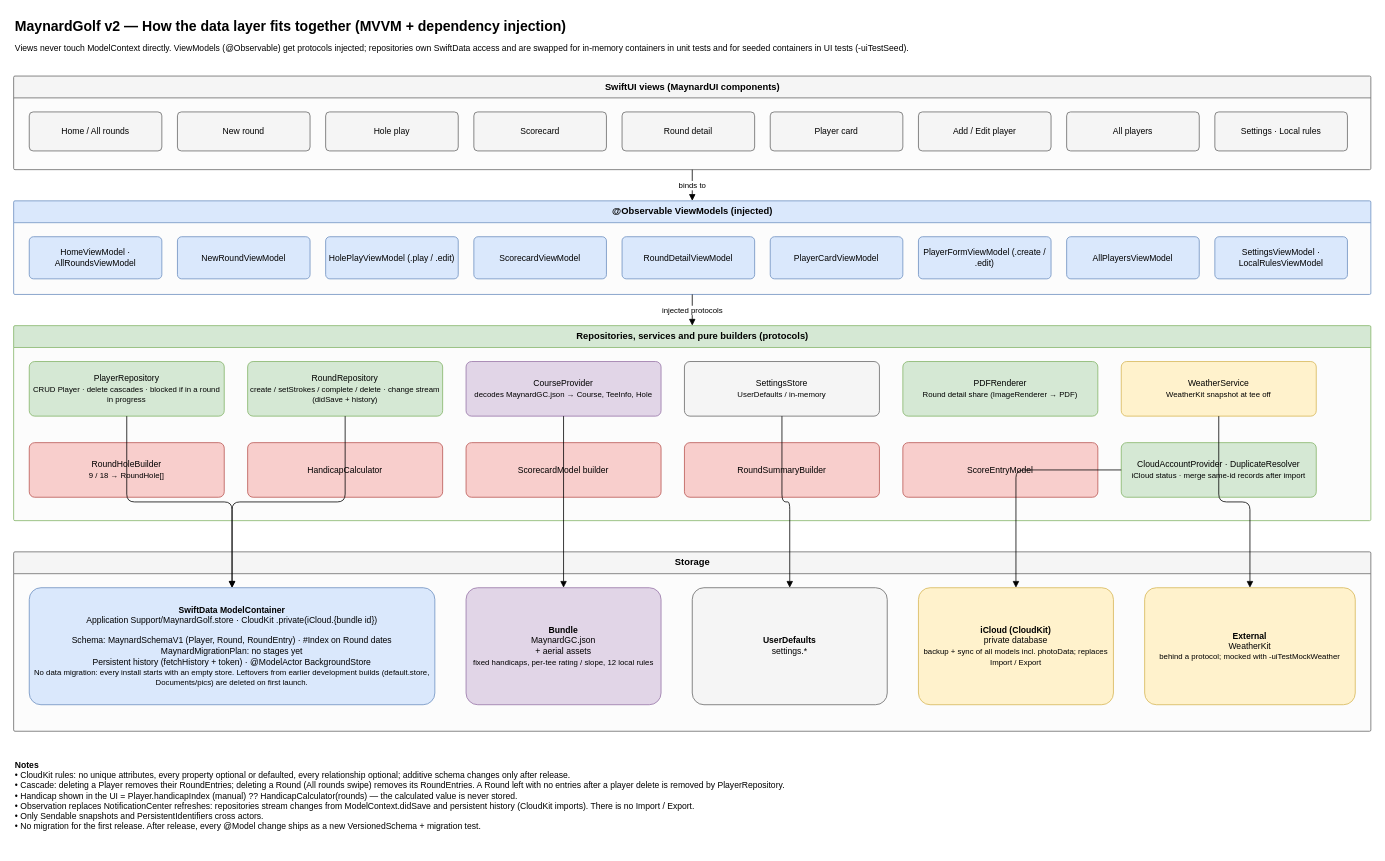
The draw.io diagram page "How it fits (layers)" (2 of 2) of docs/data-model.drawio in tassinari/MaynardGolf, before the edit. Source tidied: cells renumbered, new cells numbered last; positions are measured from the earlier drawing's top-left corner, leaving out a move shared by most shapes. Both pictures are drawn from the tidied source at 78%, with x=0, y=0 at pixel (13, 13).
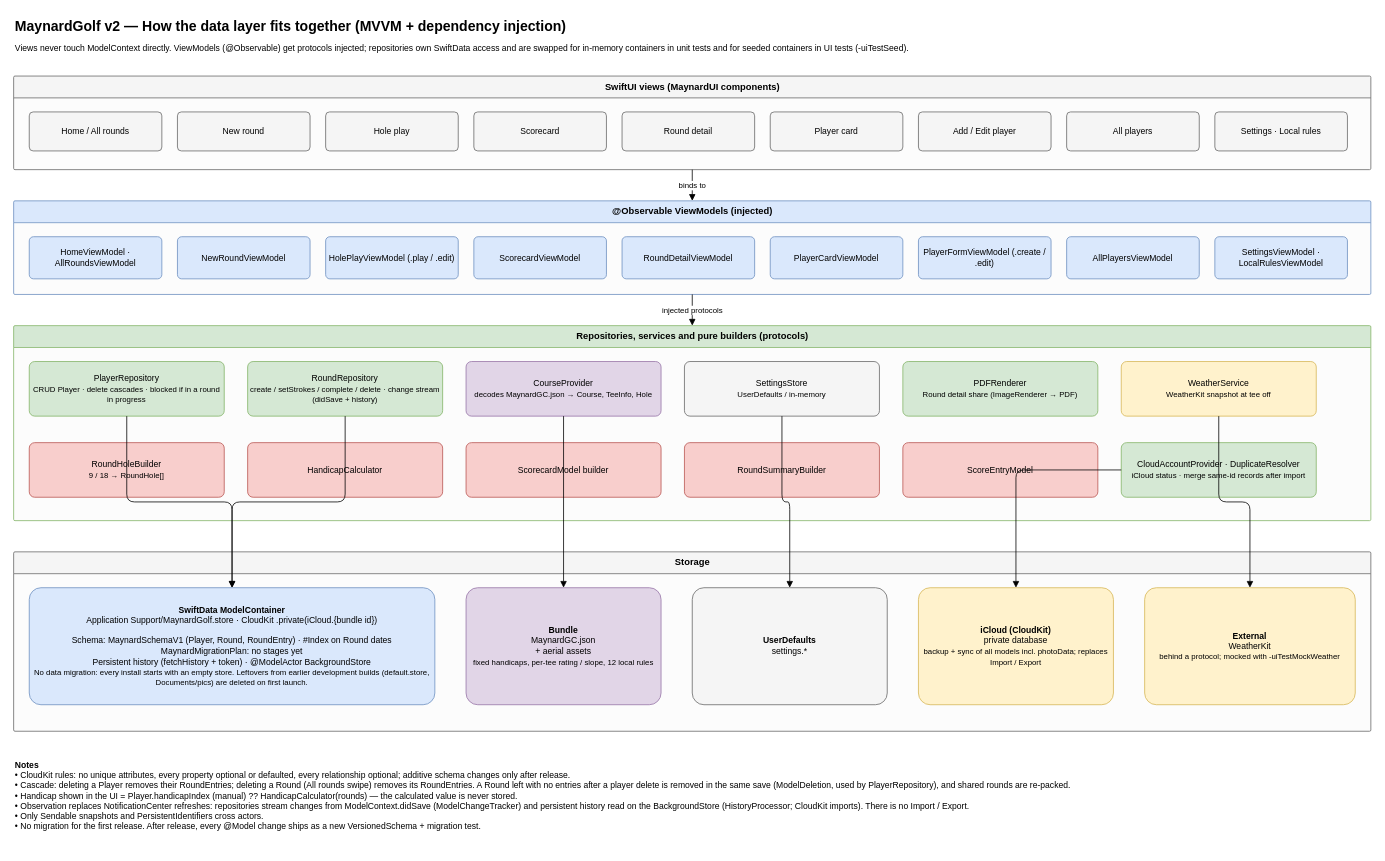
The same diagram, later.

The edit, as a diff of the source:
```diff
@@
-    <mxCell id="51" value="&lt;b&gt;Notes&lt;/b&gt;&lt;br&gt;• CloudKit rules: no unique attributes, every property optional or defaulted, every relationship optional; additive schema changes only after release.&lt;br&gt;• Cascade: deleting a Player removes their RoundEntries; deleting a Round (All rounds swipe) removes its RoundEntries. A Round left with no entries after a player delete is removed by PlayerRepository.&lt;br&gt;• Handicap shown in the UI = Player.handicapIndex (manual) ?? HandicapCalculator(rounds) — the calculated value is never stored.&lt;br&gt;• Observation replaces NotificationCenter refreshes: repositories stream changes from ModelContext.didSave and persistent history (CloudKit imports). There is no Import / Export.&lt;br&gt;• Only Sendable snapshots and PersistentIdentifiers cross actors.&lt;br&gt;• No migration for the first release. After release, every @Model change ships as a new VersionedSchema + migration test." style="text;html=1;strokeColor=none;fillColor=none;align=left;verticalAlign=top;whiteSpace=wrap;fontSize=11;" parent="1" vertex="1">
+    <mxCell id="51" value="&lt;b&gt;Notes&lt;/b&gt;&lt;br&gt;• CloudKit rules: no unique attributes, every property optional or defaulted, every relationship optional; additive schema changes only after release.&lt;br&gt;• Cascade: deleting a Player removes their RoundEntries; deleting a Round (All rounds swipe) removes its RoundEntries. A Round left with no entries after a player delete is removed in the same save (ModelDeletion, used by PlayerRepository), and shared rounds are re-packed.&lt;br&gt;• Handicap shown in the UI = Player.handicapIndex (manual) ?? HandicapCalculator(rounds) — the calculated value is never stored.&lt;br&gt;• Observation replaces NotificationCenter refreshes: repositories stream changes from ModelContext.didSave (ModelChangeTracker) and persistent history read on the BackgroundStore (HistoryProcessor; CloudKit imports). There is no Import / Export.&lt;br&gt;• Only Sendable snapshots and PersistentIdentifiers cross actors.&lt;br&gt;• No migration for the first release. After release, every @Model change ships as a new VersionedSchema + migration test." style="text;html=1;strokeColor=none;fillColor=none;align=left;verticalAlign=top;whiteSpace=wrap;fontSize=11;" parent="1" vertex="1">
       <mxGeometry y="950" width="1740" height="120" as="geometry" />
     </mxCell>
```
